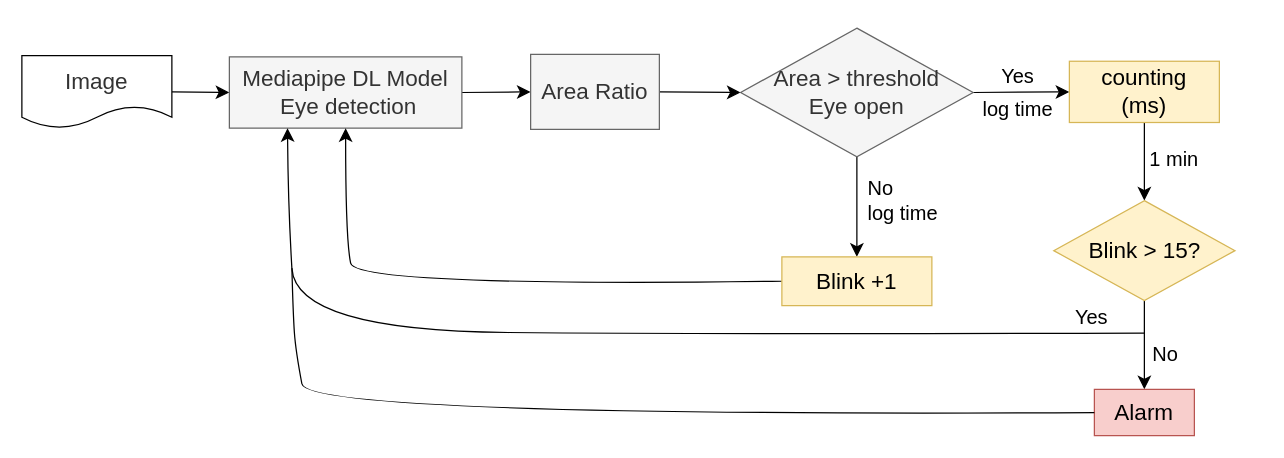
This is image.drawio from TsaiMandy9112/Eye-detection, a draw.io file, before an edit. Source tidied: cells renumbered, new cells numbered last; positions are measured from the earlier drawing's top-left corner, leaving out a move shared by most shapes. Both pictures are drawn from the tidied source at 125%, with x=0, y=0 at pixel (21, 28).
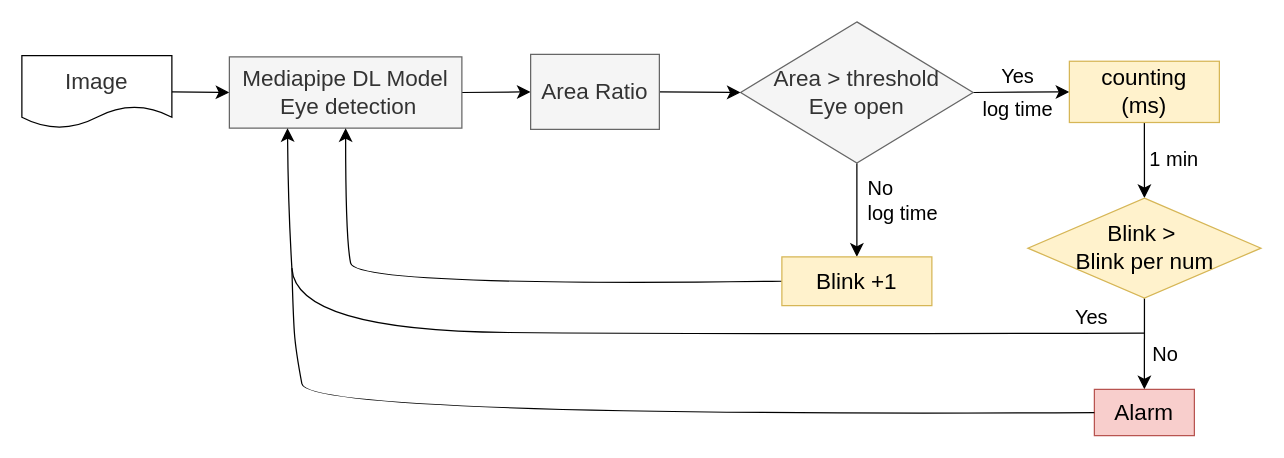
Above is the later version.

Diff of the diagram source:
```diff
@@
     <mxCell id="10" value="&lt;font style=&quot;font-size: 18px;&quot;&gt;Area &amp;gt; threshold&lt;/font&gt;&lt;div style=&quot;font-size: 18px;&quot;&gt;&lt;font style=&quot;font-size: 18px;&quot;&gt;Eye open&lt;/font&gt;&lt;/div&gt;" style="rhombus;whiteSpace=wrap;html=1;fillColor=#f5f5f5;fontColor=#333333;strokeColor=#666666;" parent="1" vertex="1">
-      <mxGeometry x="575" width="186" height="103" as="geometry" />
+      <mxGeometry x="575" y="-5" width="186" height="113" as="geometry" />
     </mxCell>
@@
-    <mxCell id="19" value="&lt;font style=&quot;font-size: 18px;&quot;&gt;Blink &amp;gt; 15?&lt;/font&gt;" style="rhombus;whiteSpace=wrap;html=1;fillColor=#fff2cc;strokeColor=#d6b656;" parent="1" vertex="1">
-      <mxGeometry x="825.5" y="138" width="145" height="80" as="geometry" />
+    <mxCell id="19" value="&lt;font style=&quot;font-size: 18px;&quot;&gt;Blink &amp;gt;&amp;nbsp;&lt;/font&gt;&lt;div&gt;&lt;font style=&quot;font-size: 18px;&quot;&gt;Blink per num&lt;/font&gt;&lt;/div&gt;" style="rhombus;whiteSpace=wrap;html=1;fillColor=#fff2cc;strokeColor=#d6b656;" parent="1" vertex="1">
+      <mxGeometry x="804.8" y="136" width="186.5" height="80" as="geometry" />
     </mxCell>
```
